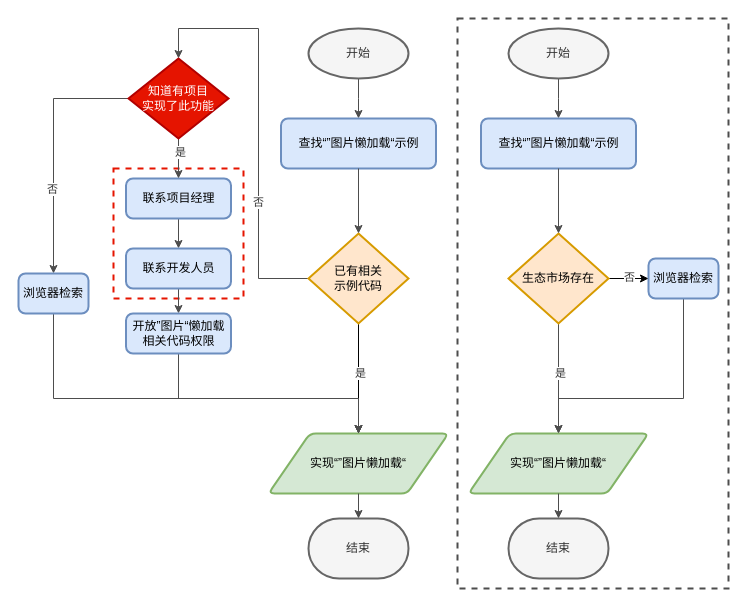
Before: 低代码—资源不共享.drawio in tangyaosimida/love, a draw.io diagram. Source tidied: cells renumbered, new cells numbered last; positions are measured from the earlier drawing's top-left corner, leaving out a move shared by most shapes. Both pictures are drawn from the tidied source at 100%, with x=0, y=0 at pixel (18, 18).
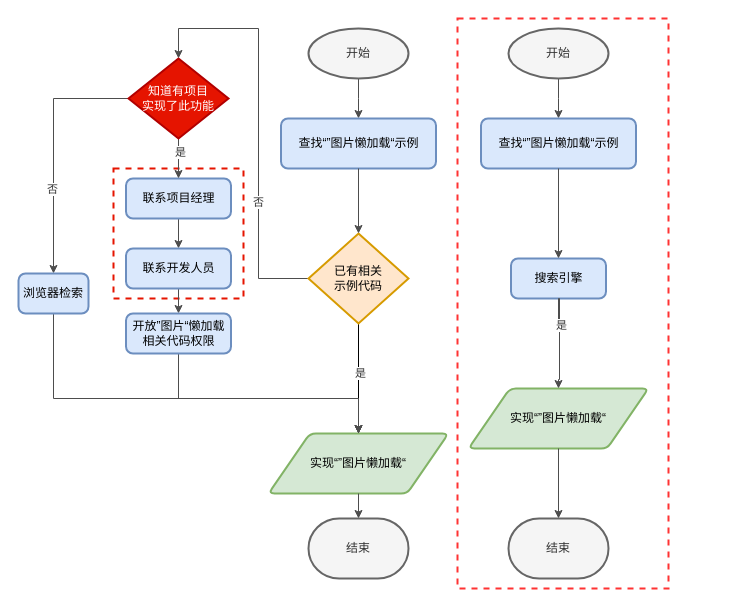
The same page after the edit.

Commit message:
更新低代码—资源不共享.drawio

Unchanged cells that the change refers to:
```xml
<mxCell id="15" value="查找“”图片懒加载“示例" style="rounded=1;whiteSpace=wrap;html=1;absoluteArcSize=1;arcSize=14;strokeWidth=2;fillColor=#dae8fc;strokeColor=#6c8ebf;" parent="1" vertex="1">
  <mxGeometry x="462.5" y="100" width="155" height="50" as="geometry" />
</mxCell>
```

What changed in the source:
```diff
@@
+    <mxCell id="42" style="rounded=0;whiteSpace=wrap;html=1;fillColor=none;dashed=1;strokeWidth=2;strokeColor=#FF3333;" parent="1" vertex="1">
+      <mxGeometry x="439" width="211" height="570" as="geometry" />
+    </mxCell>
@@
-    <mxCell id="3" style="edgeStyle=orthogonalEdgeStyle;rounded=0;jettySize=auto;html=1;exitX=0.5;exitY=1;exitDx=0;exitDy=0;entryX=0.5;entryY=0;entryDx=0;entryDy=0;fontColor=#333333;strokeColor=#4D4D4D;" parent="1" edge="1" source="4" target="5">
-      <mxGeometry relative="1" as="geometry">
-        <Array as="points">
-          <mxPoint x="665" y="380" />
-          <mxPoint x="540" y="380" />
-        </Array>
-      </mxGeometry>
-    </mxCell>
-    <mxCell id="4" value="浏览器检索" style="rounded=1;whiteSpace=wrap;html=1;absoluteArcSize=1;arcSize=14;strokeWidth=2;fillColor=#dae8fc;strokeColor=#6c8ebf;" parent="1" vertex="1">
-      <mxGeometry x="630" y="240" width="70" height="40" as="geometry" />
+    <mxCell id="4" value="搜索引擎" style="rounded=1;whiteSpace=wrap;html=1;absoluteArcSize=1;arcSize=14;strokeWidth=2;fillColor=#dae8fc;strokeColor=#6c8ebf;" parent="1" vertex="1">
+      <mxGeometry x="492.5" y="240" width="95" height="40" as="geometry" />
     </mxCell>
     <mxCell id="5" value="实现“”图片懒加载“" style="shape=parallelogram;html=1;strokeWidth=2;perimeter=parallelogramPerimeter;whiteSpace=wrap;rounded=1;arcSize=12;size=0.23;fillColor=#d5e8d4;strokeColor=#82b366;" parent="1" vertex="1">
-      <mxGeometry x="450" y="415" width="180" height="60" as="geometry" />
+      <mxGeometry x="450" y="370" width="180" height="60" as="geometry" />
     </mxCell>
@@
-    <mxCell id="9" style="edgeStyle=orthogonalEdgeStyle;rounded=0;jettySize=auto;html=1;fontColor=#333333;strokeColor=#4D4D4D;" parent="1" edge="1" source="13" target="5">
-      <mxGeometry relative="1" as="geometry" />
+    <mxCell id="9" style="edgeStyle=orthogonalEdgeStyle;rounded=0;jettySize=auto;html=1;fontColor=#333333;strokeColor=#4D4D4D;" parent="1" edge="1" target="5">
+      <mxGeometry relative="1" as="geometry">
+        <mxPoint x="540" y="305" as="sourcePoint" />
+        <Array as="points">
+          <mxPoint x="540" y="280" />
+          <mxPoint x="541" y="280" />
+          <mxPoint x="541" y="361" />
+          <mxPoint x="540" y="361" />
+        </Array>
+      </mxGeometry>
     </mxCell>
@@
-    <mxCell id="11" style="edgeStyle=orthogonalEdgeStyle;rounded=0;jettySize=auto;html=1;exitX=1;exitY=0.5;exitDx=0;exitDy=0;exitPerimeter=0;entryX=0;entryY=0.5;entryDx=0;entryDy=0;fontColor=#333333;" parent="1" edge="1" source="13" target="4">
-      <mxGeometry relative="1" as="geometry" />
-    </mxCell>
-    <mxCell id="12" value="否" style="edgeLabel;html=1;align=center;verticalAlign=middle;fontColor=#333333;" parent="11" vertex="1">
-      <mxGeometry x="-0.01" y="1" relative="1" as="geometry">
-        <mxPoint y="-1" as="offset" />
-      </mxGeometry>
-    </mxCell>
-    <mxCell id="13" value="生态市场存在" style="strokeWidth=2;html=1;shape=mxgraph.flowchart.decision;whiteSpace=wrap;fillColor=#ffe6cc;strokeColor=#d79b00;" parent="1" vertex="1">
-      <mxGeometry x="490" y="215" width="100" height="90" as="geometry" />
-    </mxCell>
@@
-    <mxCell id="16" style="edgeStyle=orthogonalEdgeStyle;rounded=0;jettySize=auto;html=1;exitX=0.5;exitY=1;exitDx=0;exitDy=0;entryX=0.5;entryY=0;entryDx=0;entryDy=0;entryPerimeter=0;fontColor=#333333;strokeColor=#4D4D4D;" parent="1" edge="1" source="15" target="13">
+    <mxCell id="16" style="edgeStyle=orthogonalEdgeStyle;rounded=0;jettySize=auto;html=1;exitX=0.5;exitY=1;exitDx=0;exitDy=0;entryX=0.5;entryY=0;entryDx=0;entryDy=0;fontColor=#333333;strokeColor=#4D4D4D;" parent="1" edge="1" source="15" target="4">
       <mxGeometry relative="1" as="geometry" />
     </mxCell>
@@
-    <mxCell id="42" style="rounded=0;whiteSpace=wrap;html=1;fillColor=none;dashed=1;strokeWidth=2;strokeColor=#4D4D4D;" parent="1" vertex="1">
-      <mxGeometry x="439" width="271" height="570" as="geometry" />
-    </mxCell>
```
